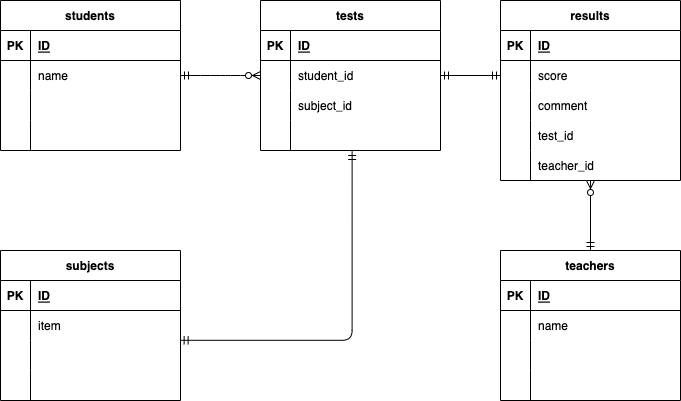
Earlier version of the draw.io export exercise.drawio.png (tanakak2206/Database-design-exercise). Source tidied: cells renumbered, new cells last; positions are measured from the earlier drawing's top-left corner, leaving out a move shared by most shapes.
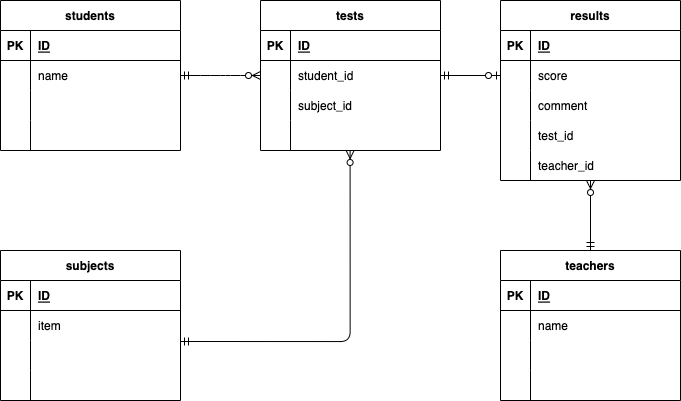
After the change.

Diff of the diagram source:
```diff
@@ -175,9 +175,6 @@
         <mxPoint x="590" y="180" as="targetPoint" />
       </mxGeometry>
     </mxCell>
-    <mxCell id="59" style="fontSize=12;html=1;endArrow=ERmandOne;startArrow=ERmandOne;exitX=0;exitY=0.5;exitDx=0;exitDy=0;entryX=1;entryY=0.5;entryDx=0;entryDy=0;" parent="1" edge="1" source="32" target="19">
-      <mxGeometry relative="1" as="geometry" />
-    </mxCell>
     <mxCell id="60" value="subjects" style="shape=table;startSize=30;rowLines=0;fontStyle=1;align=center;" parent="1" vertex="1">
       <mxGeometry y="250" width="180" height="150" as="geometry" />
     </mxCell>
@@ -217,12 +214,17 @@
     <mxCell id="72" style="shape=partialRectangle;fillColor=none;top=0;left=0;bottom=0;right=0;align=left;spacingLeft=6;overflow=hidden;" parent="70" vertex="1">
       <mxGeometry x="30" width="150" height="30" as="geometry" />
     </mxCell>
-    <mxCell id="73" style="edgeStyle=orthogonalEdgeStyle;fontSize=12;html=1;endArrow=ERmandOne;startArrow=ERmandOne;exitX=0.998;exitY=-0.007;exitDx=0;exitDy=0;exitPerimeter=0;entryX=0.509;entryY=1.033;entryDx=0;entryDy=0;entryPerimeter=0;" parent="1" edge="1" source="67" target="25">
-      <mxGeometry relative="1" as="geometry">
-        <Array as="points">
-          <mxPoint x="352" y="340" />
-        </Array>
-      </mxGeometry>
-    </mxCell>
+    <mxCell id="74" style="fontSize=12;html=1;endArrow=ERzeroToMany;startArrow=ERmandOne;edgeStyle=orthogonalEdgeStyle;" parent="1" edge="1">
+      <mxGeometry relative="1" as="geometry">
+        <mxPoint x="180" y="341" as="sourcePoint" />
+        <mxPoint x="349.6" y="150" as="targetPoint" />
+        <Array as="points">
+          <mxPoint x="350" y="341" />
+        </Array>
+      </mxGeometry>
+    </mxCell>
+    <mxCell id="75" style="fontSize=12;html=1;endArrow=ERzeroToOne;startArrow=ERmandOne;exitX=1;exitY=0.5;exitDx=0;exitDy=0;entryX=0;entryY=0.5;entryDx=0;entryDy=0;" parent="1" edge="1" source="19" target="32">
+      <mxGeometry relative="1" as="geometry" />
+    </mxCell>
   </root>
 </mxGraphModel>
```
